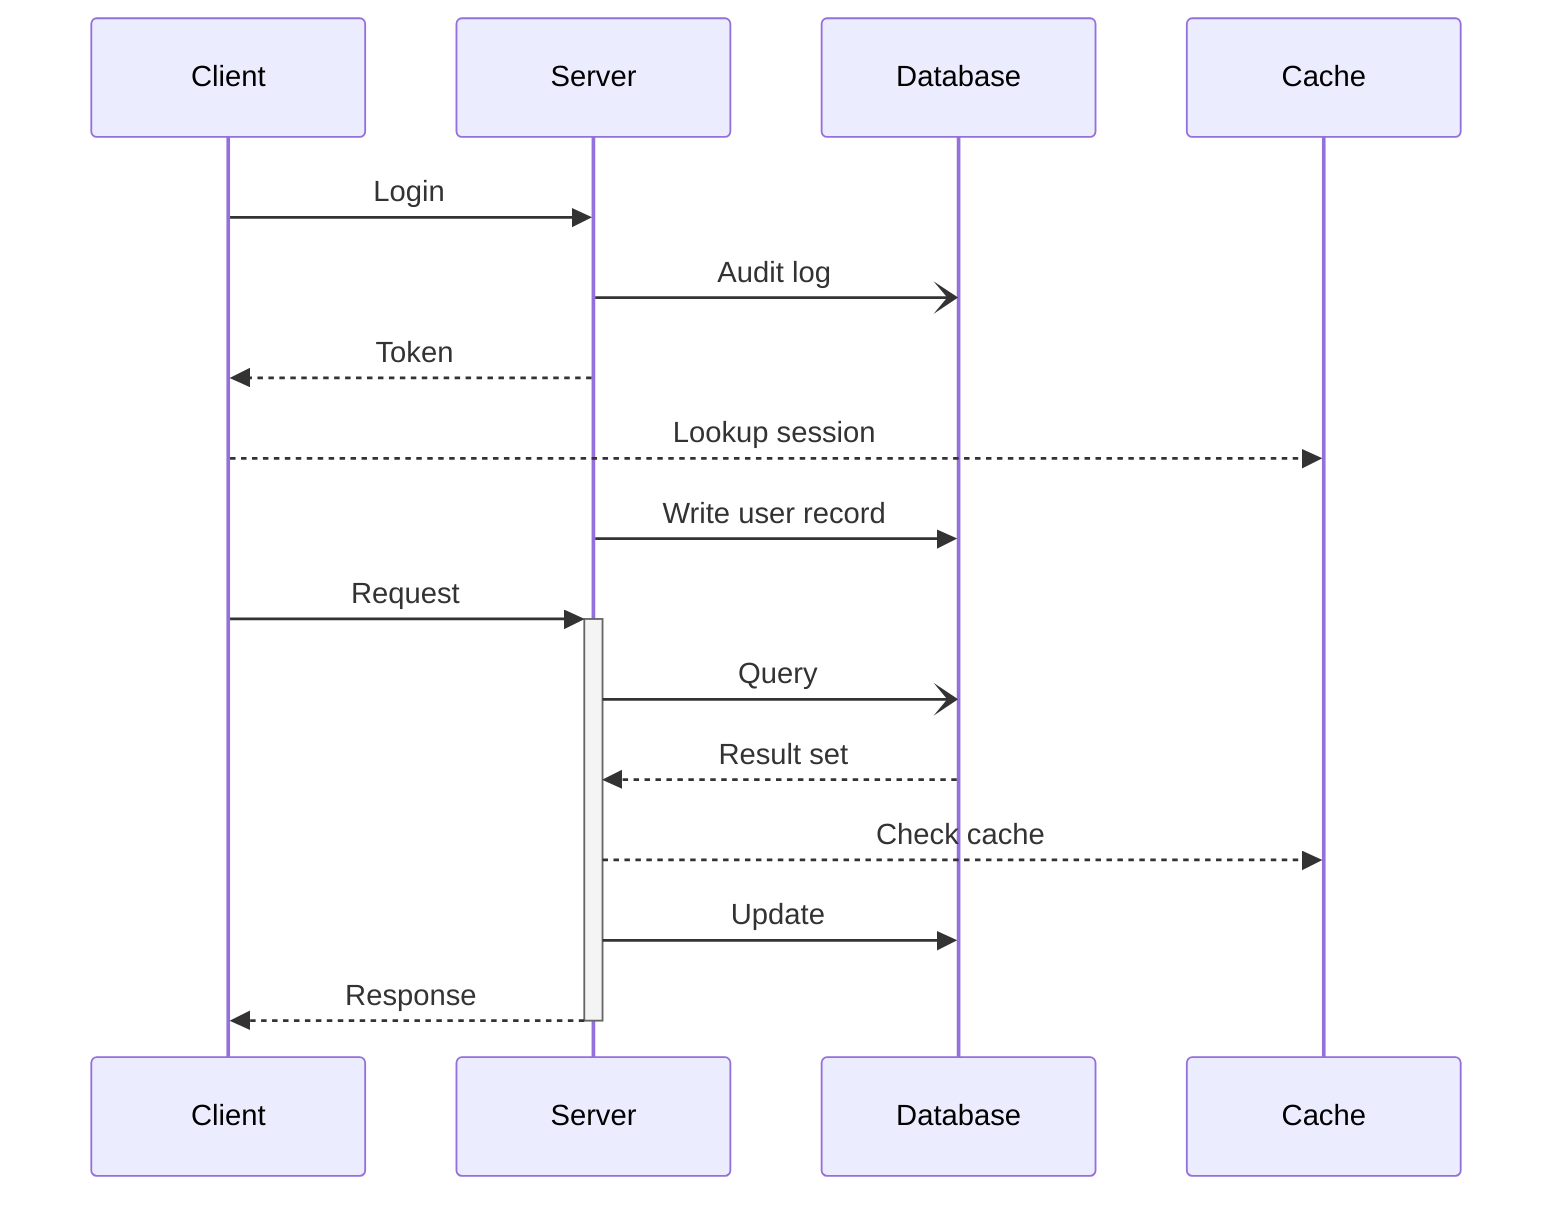
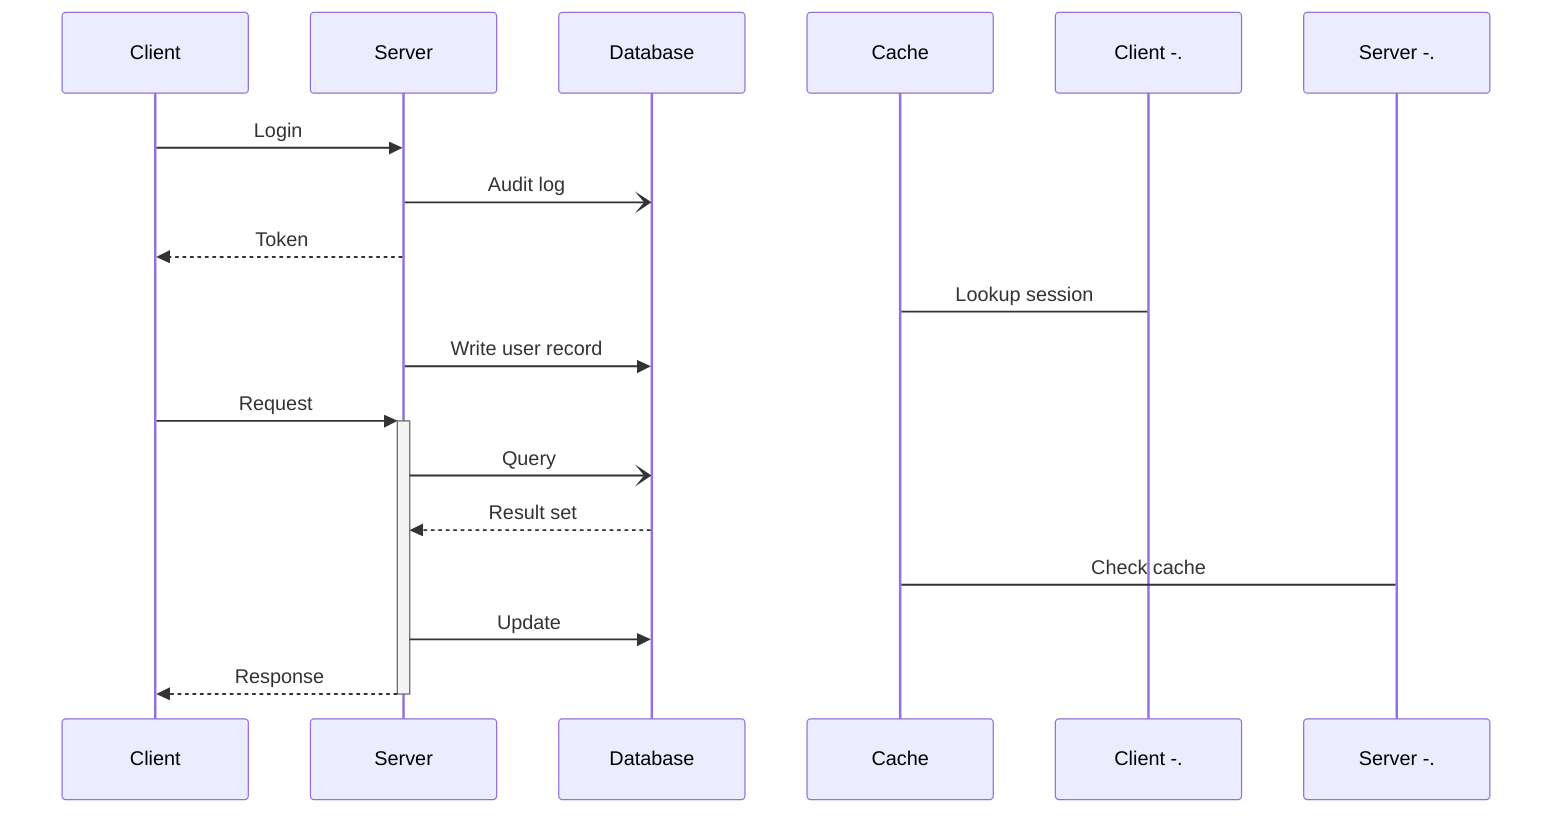
sequenceDiagram
    participant Client
    participant Server
    participant Database
    participant Cache
    Client ->> Server: Login
    Server -) Database: Audit log
    Server -->> Client: Token
-     Client -->> Cache: Lookup session
+     Client -.-> Cache: Lookup session
    Server ->> Database: Write user record
    Client ->>+ Server: Request
        Server -) Database: Query
        Database -->> Server: Result set
-         Server -->> Cache: Check cache
+         Server -.-> Cache: Check cache
        Server ->> Database: Update
        Server -->> Client: Response
    deactivate Server
